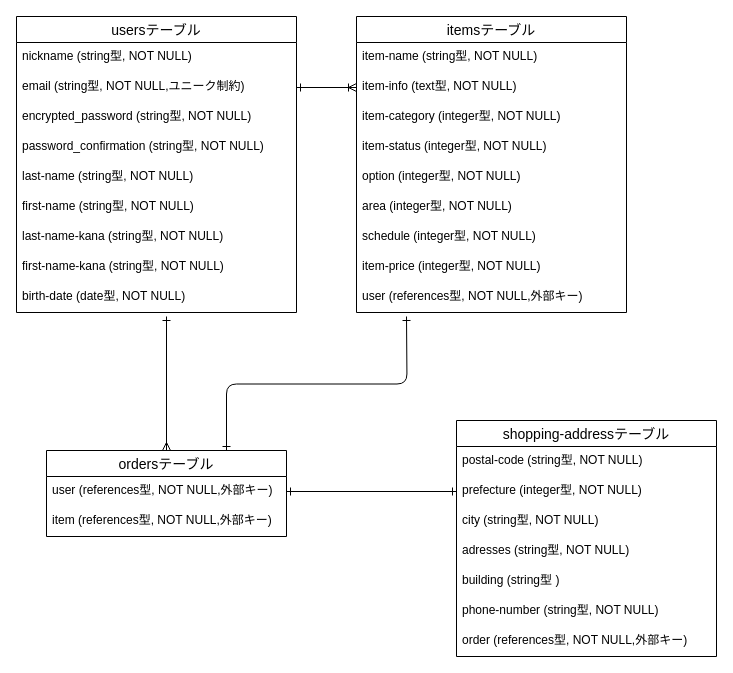
This is detabase.dio from ayaA101/furima-41383, a draw.io file, before an edit. Source tidied: cells renumbered, new cells numbered last; positions are measured from the earlier drawing's top-left corner, leaving out a move shared by most shapes. Both pictures are drawn from the tidied source at 100%, with x=0, y=0 at pixel (16, 16).
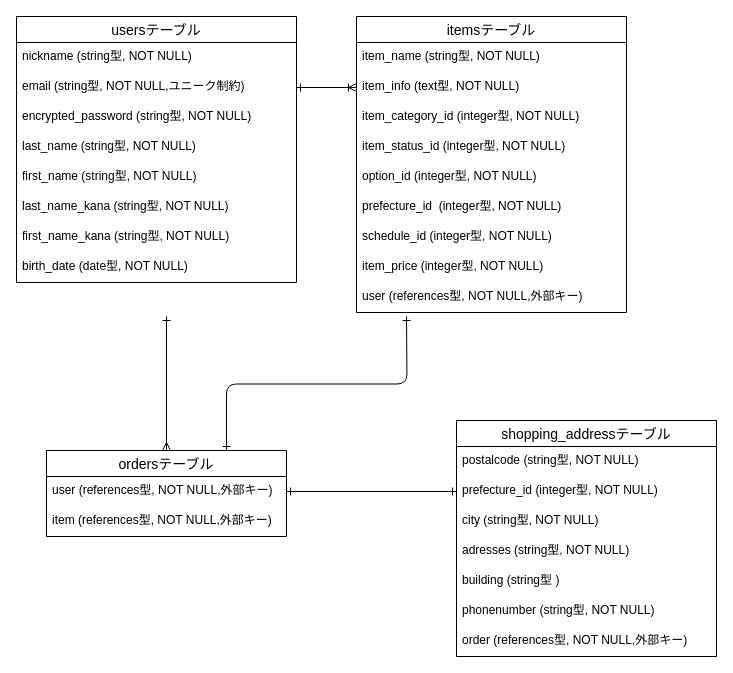
The same page after the edit.

The change refers to these unchanged cells:
```xml
<mxCell id="2" value="itemsテーブル" style="swimlane;fontStyle=0;horizontal=1;startSize=26;align=center;fontSize=14;" parent="1" vertex="1">
  <mxGeometry x="340" width="270" height="296" as="geometry" />
</mxCell>
```

The edit, as a diff of the source:
```diff
@@
-    <mxCell id="3" value="item-name (string型, NOT NULL) " style="text;strokeColor=none;fillColor=none;spacingLeft=4;spacingRight=4;overflow=hidden;fontSize=12;" parent="2" vertex="1">
+    <mxCell id="3" value="item_name (string型, NOT NULL) " style="text;strokeColor=none;fillColor=none;spacingLeft=4;spacingRight=4;overflow=hidden;fontSize=12;" parent="2" vertex="1">
       <mxGeometry y="26" width="270" height="30" as="geometry" />
     </mxCell>
-    <mxCell id="4" value="item-info (text型, NOT NULL) " style="text;strokeColor=none;fillColor=none;spacingLeft=4;spacingRight=4;overflow=hidden;points=[[0,0.5],[1,0.5]];portConstraint=eastwest;fontSize=12;" parent="2" vertex="1">
+    <mxCell id="4" value="item_info (text型, NOT NULL) " style="text;strokeColor=none;fillColor=none;spacingLeft=4;spacingRight=4;overflow=hidden;points=[[0,0.5],[1,0.5]];portConstraint=eastwest;fontSize=12;" parent="2" vertex="1">
       <mxGeometry y="56" width="270" height="30" as="geometry" />
     </mxCell>
-    <mxCell id="5" value="item-category (integer型, NOT NULL) " style="text;strokeColor=none;fillColor=none;spacingLeft=4;spacingRight=4;overflow=hidden;fontSize=12;" parent="2" vertex="1">
+    <mxCell id="5" value="item_category_id (integer型, NOT NULL) " style="text;strokeColor=none;fillColor=none;spacingLeft=4;spacingRight=4;overflow=hidden;fontSize=12;" parent="2" vertex="1">
       <mxGeometry y="86" width="270" height="30" as="geometry" />
     </mxCell>
-    <mxCell id="6" value="item-status (integer型, NOT NULL) " style="text;strokeColor=none;fillColor=none;spacingLeft=4;spacingRight=4;overflow=hidden;fontSize=12;" parent="2" vertex="1">
+    <mxCell id="6" value="item_status_id (integer型, NOT NULL) " style="text;strokeColor=none;fillColor=none;spacingLeft=4;spacingRight=4;overflow=hidden;fontSize=12;" parent="2" vertex="1">
       <mxGeometry y="116" width="270" height="30" as="geometry" />
     </mxCell>
-    <mxCell id="7" value="option (integer型, NOT NULL) " style="text;strokeColor=none;fillColor=none;spacingLeft=4;spacingRight=4;overflow=hidden;fontSize=12;" parent="2" vertex="1">
+    <mxCell id="7" value="option_id (integer型, NOT NULL) " style="text;strokeColor=none;fillColor=none;spacingLeft=4;spacingRight=4;overflow=hidden;fontSize=12;" parent="2" vertex="1">
       <mxGeometry y="146" width="270" height="30" as="geometry" />
     </mxCell>
-    <mxCell id="8" value="area (integer型, NOT NULL) " style="text;strokeColor=none;fillColor=none;spacingLeft=4;spacingRight=4;overflow=hidden;fontSize=12;" parent="2" vertex="1">
+    <mxCell id="8" value="prefecture_id  (integer型, NOT NULL) " style="text;strokeColor=none;fillColor=none;spacingLeft=4;spacingRight=4;overflow=hidden;fontSize=12;" parent="2" vertex="1">
       <mxGeometry y="176" width="270" height="30" as="geometry" />
     </mxCell>
-    <mxCell id="9" value="schedule (integer型, NOT NULL) " style="text;strokeColor=none;fillColor=none;spacingLeft=4;spacingRight=4;overflow=hidden;fontSize=12;" parent="2" vertex="1">
+    <mxCell id="9" value="schedule_id (integer型, NOT NULL) " style="text;strokeColor=none;fillColor=none;spacingLeft=4;spacingRight=4;overflow=hidden;fontSize=12;" parent="2" vertex="1">
       <mxGeometry y="206" width="270" height="30" as="geometry" />
     </mxCell>
-    <mxCell id="10" value="item-price (integer型, NOT NULL) " style="text;strokeColor=none;fillColor=none;spacingLeft=4;spacingRight=4;overflow=hidden;fontSize=12;" parent="2" vertex="1">
+    <mxCell id="10" value="item_price (integer型, NOT NULL) " style="text;strokeColor=none;fillColor=none;spacingLeft=4;spacingRight=4;overflow=hidden;fontSize=12;" parent="2" vertex="1">
       <mxGeometry y="236" width="270" height="30" as="geometry" />
     </mxCell>
@@
-    <mxCell id="17" value="shopping-addressテーブル" style="swimlane;fontStyle=0;horizontal=1;startSize=26;align=center;fontSize=14;" parent="1" vertex="1">
+    <mxCell id="17" value="shopping_addressテーブル" style="swimlane;fontStyle=0;horizontal=1;startSize=26;align=center;fontSize=14;" parent="1" vertex="1">
       <mxGeometry x="440" y="404" width="260" height="236" as="geometry" />
     </mxCell>
-    <mxCell id="18" value="postal-code (string型, NOT NULL)  " style="text;strokeColor=none;fillColor=none;spacingLeft=4;spacingRight=4;overflow=hidden;fontSize=12;" parent="17" vertex="1">
+    <mxCell id="18" value="postalcode (string型, NOT NULL)  " style="text;strokeColor=none;fillColor=none;spacingLeft=4;spacingRight=4;overflow=hidden;fontSize=12;" parent="17" vertex="1">
       <mxGeometry y="26" width="260" height="30" as="geometry" />
     </mxCell>
-    <mxCell id="19" value="prefecture (integer型, NOT NULL)  " style="text;strokeColor=none;fillColor=none;spacingLeft=4;spacingRight=4;overflow=hidden;points=[[0,0.5],[1,0.5]];portConstraint=eastwest;fontSize=12;" parent="17" vertex="1">
+    <mxCell id="19" value="prefecture_id (integer型, NOT NULL)  " style="text;strokeColor=none;fillColor=none;spacingLeft=4;spacingRight=4;overflow=hidden;points=[[0,0.5],[1,0.5]];portConstraint=eastwest;fontSize=12;" parent="17" vertex="1">
       <mxGeometry y="56" width="260" height="30" as="geometry" />
     </mxCell>
@@
-    <mxCell id="23" value="phone-number (string型, NOT NULL)  " style="text;strokeColor=none;fillColor=none;spacingLeft=4;spacingRight=4;overflow=hidden;fontSize=12;" parent="17" vertex="1">
+    <mxCell id="23" value="phonenumber (string型, NOT NULL)  " style="text;strokeColor=none;fillColor=none;spacingLeft=4;spacingRight=4;overflow=hidden;fontSize=12;" parent="17" vertex="1">
       <mxGeometry y="176" width="260" height="30" as="geometry" />
     </mxCell>
@@
     <mxCell id="25" value="usersテーブル" style="swimlane;fontStyle=0;horizontal=1;startSize=26;align=center;fontSize=14;" parent="1" vertex="1">
-      <mxGeometry width="280" height="296" as="geometry" />
+      <mxGeometry width="280" height="266" as="geometry" />
     </mxCell>
@@
-    <mxCell id="29" value="password_confirmation (string型, NOT NULL) " style="text;strokeColor=none;fillColor=none;spacingLeft=4;spacingRight=4;overflow=hidden;fontSize=12;" parent="25" vertex="1">
-      <mxGeometry y="116" width="280" height="30" as="geometry" />
-    </mxCell>
-    <mxCell id="30" value="last-name (string型, NOT NULL) " style="text;strokeColor=none;fillColor=none;spacingLeft=4;spacingRight=4;overflow=hidden;fontSize=12;fontStyle=0;" parent="25" vertex="1">
-      <mxGeometry y="146" width="280" height="30" as="geometry" />
+    <mxCell id="30" value="last_name (string型, NOT NULL) " style="text;strokeColor=none;fillColor=none;spacingLeft=4;spacingRight=4;overflow=hidden;fontSize=12;fontStyle=0;" parent="25" vertex="1">
+      <mxGeometry y="116" width="280" height="30" as="geometry" />
     </mxCell>
-    <mxCell id="31" value="first-name (string型, NOT NULL) " style="text;strokeColor=none;fillColor=none;spacingLeft=4;spacingRight=4;overflow=hidden;fontSize=12;" parent="25" vertex="1">
-      <mxGeometry y="176" width="280" height="30" as="geometry" />
+    <mxCell id="31" value="first_name (string型, NOT NULL) " style="text;strokeColor=none;fillColor=none;spacingLeft=4;spacingRight=4;overflow=hidden;fontSize=12;" parent="25" vertex="1">
+      <mxGeometry y="146" width="280" height="30" as="geometry" />
     </mxCell>
-    <mxCell id="32" value="last-name-kana (string型, NOT NULL) " style="text;strokeColor=none;fillColor=none;spacingLeft=4;spacingRight=4;overflow=hidden;fontSize=12;" parent="25" vertex="1">
-      <mxGeometry y="206" width="280" height="30" as="geometry" />
+    <mxCell id="32" value="last_name_kana (string型, NOT NULL) " style="text;strokeColor=none;fillColor=none;spacingLeft=4;spacingRight=4;overflow=hidden;fontSize=12;" parent="25" vertex="1">
+      <mxGeometry y="176" width="280" height="30" as="geometry" />
     </mxCell>
-    <mxCell id="33" value="first-name-kana (string型, NOT NULL) " style="text;strokeColor=none;fillColor=none;spacingLeft=4;spacingRight=4;overflow=hidden;fontSize=12;" parent="25" vertex="1">
-      <mxGeometry y="236" width="280" height="30" as="geometry" />
+    <mxCell id="33" value="first_name_kana (string型, NOT NULL) " style="text;strokeColor=none;fillColor=none;spacingLeft=4;spacingRight=4;overflow=hidden;fontSize=12;" parent="25" vertex="1">
+      <mxGeometry y="206" width="280" height="30" as="geometry" />
     </mxCell>
-    <mxCell id="34" value="birth-date (date型, NOT NULL) " style="text;strokeColor=none;fillColor=none;spacingLeft=4;spacingRight=4;overflow=hidden;fontSize=12;" parent="25" vertex="1">
-      <mxGeometry y="266" width="280" height="30" as="geometry" />
+    <mxCell id="34" value="birth_date (date型, NOT NULL) " style="text;strokeColor=none;fillColor=none;spacingLeft=4;spacingRight=4;overflow=hidden;fontSize=12;" parent="25" vertex="1">
+      <mxGeometry y="236" width="280" height="30" as="geometry" />
     </mxCell>
```
